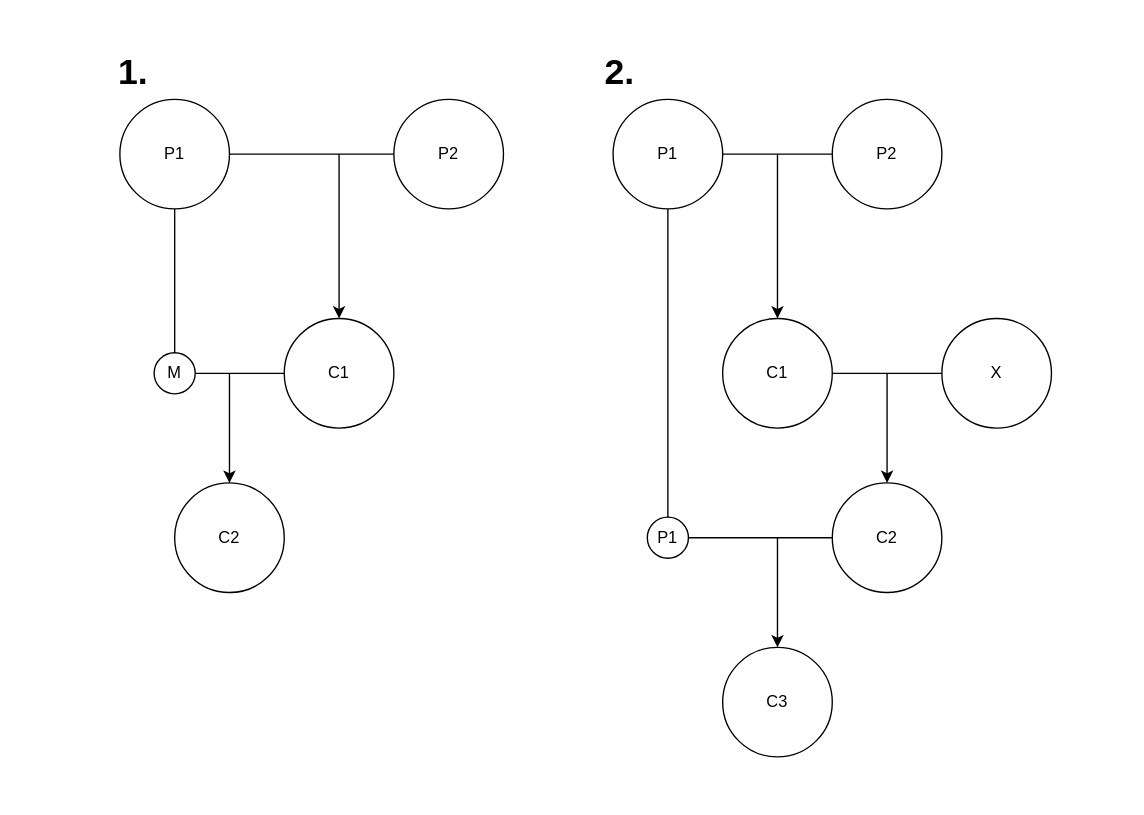
Earlier version of the draw.io diagram page "Page-2" (3 of 4) of posts/post-84/images/incest.drawio (urpylka/notes). Source tidied: cells renumbered, new cells numbered last; positions are measured from the earlier drawing's top-left corner, leaving out a move shared by most shapes. Both pictures are drawn from the tidied source at 137%, with x=0, y=0 at pixel (105, 58).
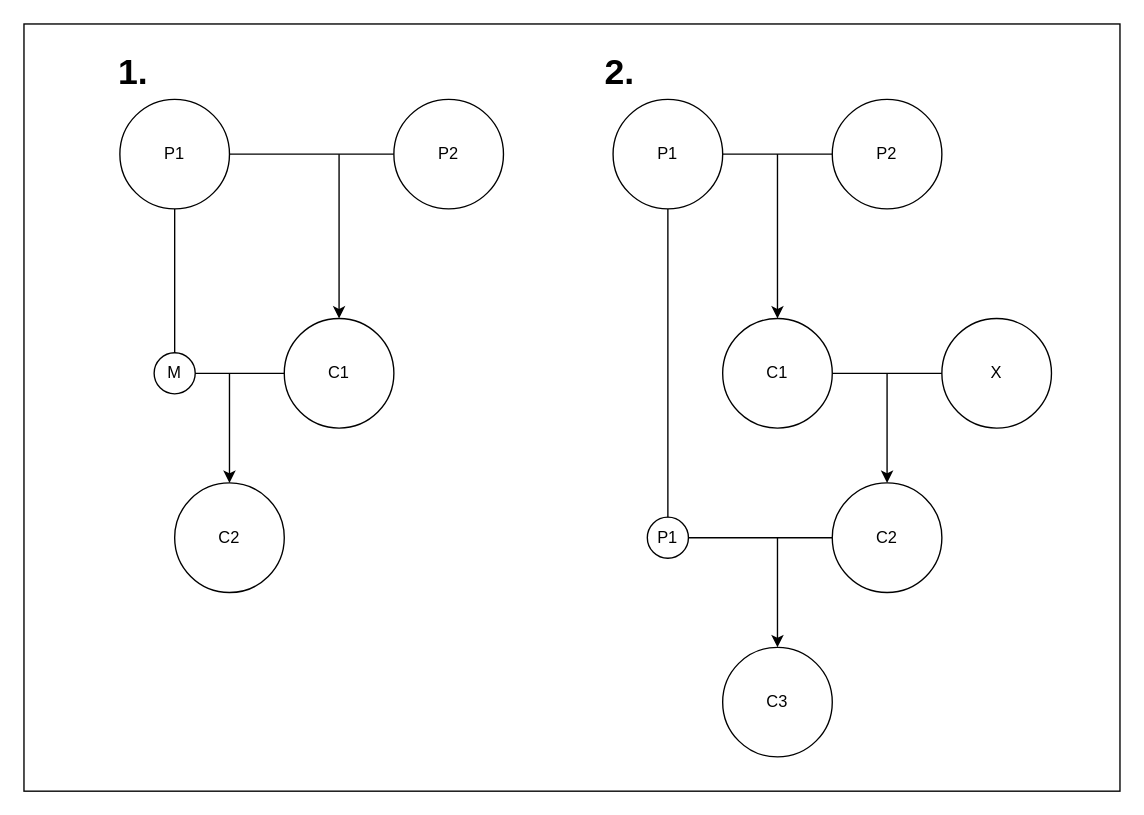
Above is the later version.

Change to the diagram source:
```diff
@@
+    <mxCell id="28" style="rounded=0;whiteSpace=wrap;html=1;" parent="1" vertex="1">
+      <mxGeometry x="-60" y="-25" width="800" height="560" as="geometry" />
+    </mxCell>
```
